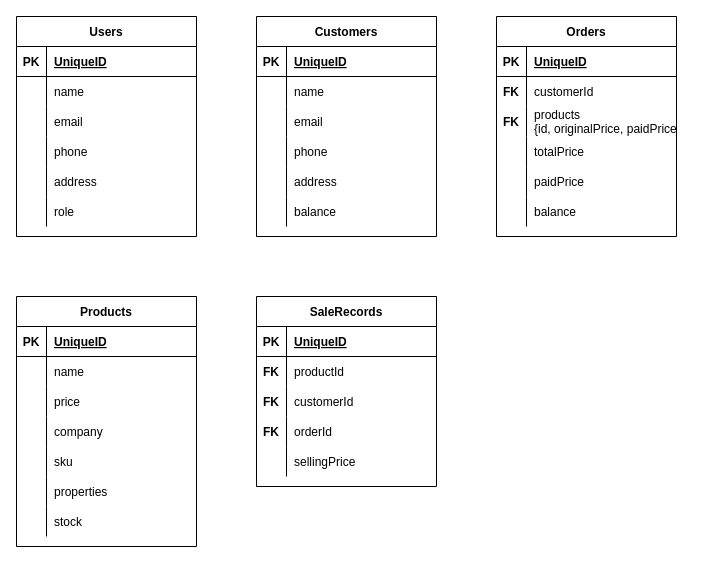
Earlier version of the draw.io diagram Other Files/ERD.drawio (sh-m-umar/Al-Qaim-Laser). Source tidied: cells renumbered, new cells numbered last; positions are measured from the earlier drawing's top-left corner, leaving out a move shared by most shapes. Both pictures are drawn from the tidied source at 100%, with x=0, y=0 at pixel (16, 16).
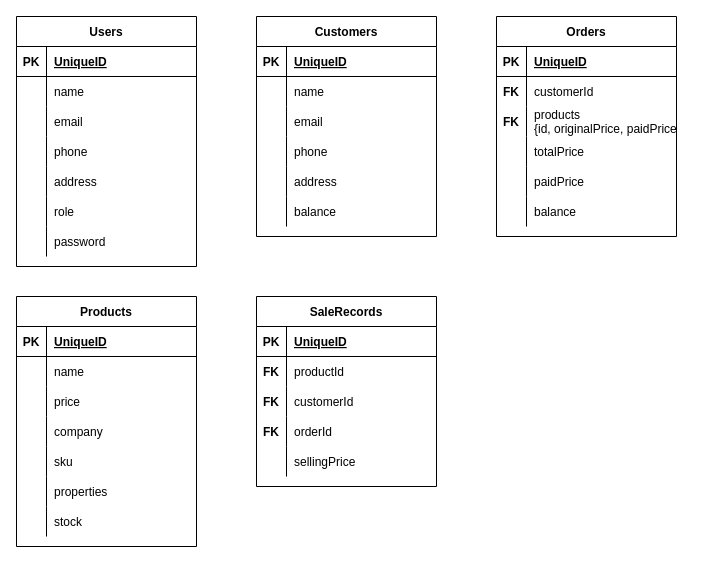
After the change.

The edit, as a diff of the source:
```diff
@@
     <mxCell id="2" value="Users" style="shape=table;startSize=30;childLayout=tableLayout;rowLines=0;fontStyle=1;align=center;" parent="1" vertex="1">
-      <mxGeometry width="180" height="220" as="geometry" />
+      <mxGeometry width="180" height="250" as="geometry" />
     </mxCell>
@@
+    <mxCell id="97" style="shape=tableRow;horizontal=0;startSize=0;swimlaneHead=0;swimlaneBody=0;fillColor=none;top=0;left=0;right=0;bottom=0;" parent="2" vertex="1">
+      <mxGeometry y="210" width="180" height="30" as="geometry" />
+    </mxCell>
+    <mxCell id="98" style="shape=partialRectangle;fillColor=none;top=0;left=0;bottom=0;right=0;overflow=hidden;" parent="97" vertex="1">
+      <mxGeometry width="30" height="30" as="geometry" />
+    </mxCell>
+    <mxCell id="99" value="password" style="shape=partialRectangle;fillColor=none;top=0;left=0;bottom=0;right=0;align=left;spacingLeft=6;overflow=hidden;" parent="97" vertex="1">
+      <mxGeometry x="30" width="150" height="30" as="geometry" />
+    </mxCell>
```
